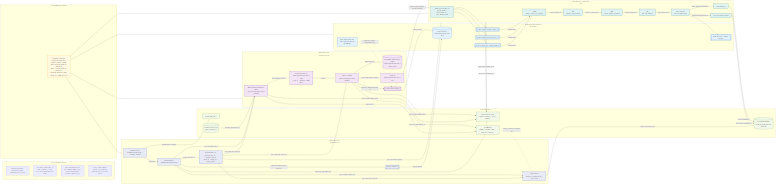
The Mermaid diagram docs/design/platform/dev_full/graph/readiness/dev_full_platform_network_production_ready_current_v0.mermaid.png in EsosaOrumwese/fraud-detection-system, before a commit. Its source is kept beside it as docs/design/platform/dev_full/graph/readiness/dev_full_platform_network_production_ready_current_v0.mermaid.mmd.
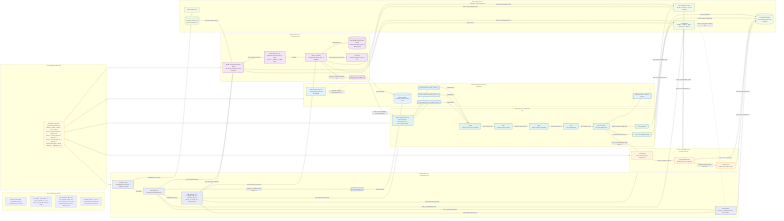
Later version of the same file.

Commit message:
Close Phase 3 Case and Label readiness

Diff of the diagram source:
```diff
@@ -8,12 +8,12 @@
   subgraph LEGEND["How to Read This Graph"]
     L1["Only the currently promoted working-platform core is shown"]
     L2["If a plane, component, or path is absent, it is not part of the ready-network claim"]
-    L3["The promoted network now includes RTDL on top of the already-green Control + Ingress base"]
-    L4["Case + Label remains absent as a promoted plane until its own phase closes"]
+    L3["The promoted network now includes RTDL and Case + Label on top of the already-green Control + Ingress base"]
+    L4["Learning and Ops / Gov / Meta remain absent until their own phases close"]
   end
 
   subgraph READYNOTE["Current Working Platform"]
-    NOTE["Currently promoted working-platform core:<br>Control + Ingress + RTDL<br>Phase 0 closed green on 2026-03-10<br>Phase 1 closed green on 2026-03-11<br>Declared envelope: 3000 steady eps / 6000 burst eps"]
+    NOTE["Currently promoted working-platform core:<br>Control + Ingress + RTDL + Case + Label<br>Phase 0 closed green on 2026-03-10<br>Phase 1 closed green on 2026-03-11<br>Phase 3 closed green on 2026-03-11<br>Declared envelope: 3000 steady eps / 6000 burst eps"]
   end
 
   subgraph CONTROL["Control Network - Promoted Core"]
@@ -44,6 +44,12 @@
     ARCH["Archive Writer"]
   end
 
+  subgraph CASELABEL["Case + Label Network - Promoted Core"]
+    CTRIG["CaseTrigger<br>case-worthy trigger publication"]
+    CM["Case Management<br>append-only case timeline"]
+    LS["Label Store<br>authoritative label truth"]
+  end
+
   subgraph TRANSPORT["Promoted Event Transport Boundary"]
     MSK[("MSK Serverless<br>fraud-platform-dev-full-msk")]
     GLUEREG["Glue Schema Registry<br>fraud-platform-dev-full<br>BACKWARD"]
@@ -64,6 +70,7 @@
   NOTE --> CONTROL
   NOTE --> INGRESS
   NOTE --> RTDL
+  NOTE --> CASELABEL
   NOTE --> TRANSPORT
 
   GHA -->|authenticates through| OIDC
@@ -78,6 +85,7 @@
   RUNID -->|pins active run scope for| WSP
   RUNID -->|pins active run scope for| IGLAMBDA
   RUNID -->|pins active run scope for| RTDL
+  RUNID -->|pins active run scope for| CASELABEL
   RUNID -->|pins active run scope for| RUNCTL
 
   WSP -->|pushes ingress load to| HTTPAPI
@@ -102,16 +110,23 @@
   DL -->|appends decision truth to| DLA
   DL -->|feeds archival evidence to| ARCH
   DL --> TDEC
+  DL -->|emits case-worthy decision truth to| CTRIG
+  CTRIG -->|opens or reuses cases in| CM
+  CM -->|commits authoritative labels to| LS
   ARCH -->|stores evidence in| EVID
   DLA -->|stores proof continuity in| EVID
+  CM -->|stores case evidence in| EVID
+  LS -->|stores label evidence in| EVID
   RUNCTL -->|stores proof receipts in| EVID
 
   IGLAMBDA -->|reads active handles from| SSM
   WSP -->|reads active handles from| SSM
   RTDL -->|reads active handles from| SSM
+  CASELABEL -->|reads active handles from| SSM
   IGLAMBDA -->|emits logs and metrics to| CW
   WSP -->|emits logs to| CW
   RTDL -->|emits logs and metrics to| CW
+  CASELABEL -->|emits logs and metrics to| CW
   SFN -->|emits logs and metrics to| CW
   CW -. exposes operator visibility for .-> RUNCTL
 
@@ -119,6 +134,7 @@
   classDef control fill:#e8eaf6,stroke:#3949ab,color:#111,stroke-width:1.3px;
   classDef ingress fill:#f3e5f5,stroke:#6a1b9a,color:#111,stroke-width:1.3px;
   classDef rtdl fill:#e0f2f1,stroke:#00695c,color:#111,stroke-width:1.3px;
+  classDef caselabel fill:#fff3e0,stroke:#ef6c00,color:#111,stroke-width:1.3px;
   classDef transport fill:#e3f2fd,stroke:#1565c0,color:#111,stroke-width:1.3px;
   classDef support fill:#f1f8e9,stroke:#558b2f,color:#111,stroke-width:1.3px;
 
@@ -126,5 +142,6 @@
   class GHA,SFN,CTRLBUS,RUNID,RUNCTL control;
   class WSP,HTTPAPI,IGLAMBDA,IGDLQ,IGDDB,TTRAFFIC ingress;
   class RINTAKE,CSFB,IEG,OFP,DF,DL,DLA,ARCH rtdl;
+  class CTRIG,CM,LS caselabel;
   class MSK,GLUEREG,TCTXA,TCTXE,TFLOW,TDEC transport;
   class OIDC,SSM,OBJ,EVID,CW support;
```
